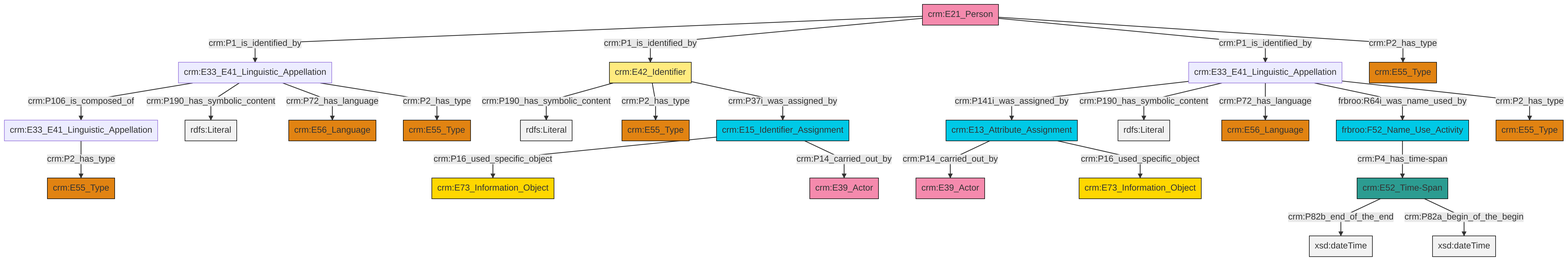
Earlier version of the Mermaid export et/personCSV/ttl/mmd/png/Person_Names_and_Classification.png (swiss-art-research-net/docs.swissartresearch). Its source is kept beside it as et/personCSV/ttl/mmd/Person_Names_and_Classification.ttl.mmd.
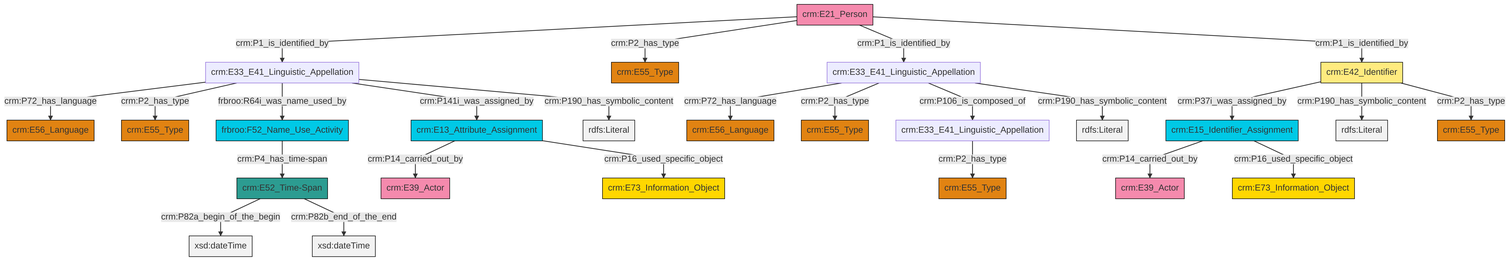
Above is the later version.

What changed in the source:
```diff
@@ -13,27 +13,27 @@
 classDef PC_Classes fill:#4ce600, stroke:#000000;
 classDef Multi fill:#cccccc,stroke:#000000;
 
-2["crm:E33_E41_Linguistic_Appellation"]:::Default -->|crm:P106_is_composed_of| 3["crm:E33_E41_Linguistic_Appellation"]:::Default
-4["crm:E33_E41_Linguistic_Appellation"]:::Default -->|crm:P141i_was_assigned_by| 5["crm:E13_Attribute_Assignment"]:::Temporal_Entity
-5["crm:E13_Attribute_Assignment"]:::Temporal_Entity -->|crm:P14_carried_out_by| 7["crm:E39_Actor"]:::Actor
-5["crm:E13_Attribute_Assignment"]:::Temporal_Entity -->|crm:P16_used_specific_object| 8["crm:E73_Information_Object"]:::Conceptual_Object
-15["crm:E52_Time-Span"]:::Time-Span -->|crm:P82b_end_of_the_end| 16[xsd:dateTime]:::Literal
-17["crm:E21_Person"]:::Actor -->|crm:P1_is_identified_by| 2["crm:E33_E41_Linguistic_Appellation"]:::Default
-2["crm:E33_E41_Linguistic_Appellation"]:::Default -->|crm:P190_has_symbolic_content| 18[rdfs:Literal]:::Literal
-19["crm:E42_Identifier"]:::Appellation -->|crm:P190_has_symbolic_content| 20[rdfs:Literal]:::Literal
-4["crm:E33_E41_Linguistic_Appellation"]:::Default -->|crm:P190_has_symbolic_content| 21[rdfs:Literal]:::Literal
-19["crm:E42_Identifier"]:::Appellation -->|crm:P2_has_type| 9["crm:E55_Type"]:::Type
-17["crm:E21_Person"]:::Actor -->|crm:P1_is_identified_by| 19["crm:E42_Identifier"]:::Appellation
-4["crm:E33_E41_Linguistic_Appellation"]:::Default -->|crm:P72_has_language| 27["crm:E56_Language"]:::Type
-2["crm:E33_E41_Linguistic_Appellation"]:::Default -->|crm:P72_has_language| 0["crm:E56_Language"]:::Type
-29["frbroo:F52_Name_Use_Activity"]:::Temporal_Entity -->|crm:P4_has_time-span| 15["crm:E52_Time-Span"]:::Time-Span
-17["crm:E21_Person"]:::Actor -->|crm:P1_is_identified_by| 4["crm:E33_E41_Linguistic_Appellation"]:::Default
-31["crm:E15_Identifier_Assignment"]:::Temporal_Entity -->|crm:P16_used_specific_object| 32["crm:E73_Information_Object"]:::Conceptual_Object
-17["crm:E21_Person"]:::Actor -->|crm:P2_has_type| 23["crm:E55_Type"]:::Type
-4["crm:E33_E41_Linguistic_Appellation"]:::Default -->|frbroo:R64i_was_name_used_by| 29["frbroo:F52_Name_Use_Activity"]:::Temporal_Entity
-15["crm:E52_Time-Span"]:::Time-Span -->|crm:P82a_begin_of_the_begin| 37[xsd:dateTime]:::Literal
-2["crm:E33_E41_Linguistic_Appellation"]:::Default -->|crm:P2_has_type| 11["crm:E55_Type"]:::Type
-31["crm:E15_Identifier_Assignment"]:::Temporal_Entity -->|crm:P14_carried_out_by| 38["crm:E39_Actor"]:::Actor
-4["crm:E33_E41_Linguistic_Appellation"]:::Default -->|crm:P2_has_type| 25["crm:E55_Type"]:::Type
-3["crm:E33_E41_Linguistic_Appellation"]:::Default -->|crm:P2_has_type| 13["crm:E55_Type"]:::Type
-19["crm:E42_Identifier"]:::Appellation -->|crm:P37i_was_assigned_by| 31["crm:E15_Identifier_Assignment"]:::Temporal_Entity
+2["crm:E15_Identifier_Assignment"]:::Temporal_Entity -->|crm:P14_carried_out_by| 3["crm:E39_Actor"]:::Actor
+4["crm:E42_Identifier"]:::Appellation -->|crm:P37i_was_assigned_by| 2["crm:E15_Identifier_Assignment"]:::Temporal_Entity
+5["crm:E52_Time-Span"]:::Time-Span -->|crm:P82a_begin_of_the_begin| 6[xsd:dateTime]:::Literal
+11["crm:E33_E41_Linguistic_Appellation"]:::Default -->|crm:P72_has_language| 12["crm:E56_Language"]:::Type
+16["crm:E13_Attribute_Assignment"]:::Temporal_Entity -->|crm:P14_carried_out_by| 7["crm:E39_Actor"]:::Actor
+11["crm:E33_E41_Linguistic_Appellation"]:::Default -->|crm:P2_has_type| 21["crm:E55_Type"]:::Type
+9["crm:E33_E41_Linguistic_Appellation"]:::Default -->|crm:P72_has_language| 27["crm:E56_Language"]:::Type
+11["crm:E33_E41_Linguistic_Appellation"]:::Default -->|frbroo:R64i_was_name_used_by| 32["frbroo:F52_Name_Use_Activity"]:::Temporal_Entity
+32["frbroo:F52_Name_Use_Activity"]:::Temporal_Entity -->|crm:P4_has_time-span| 5["crm:E52_Time-Span"]:::Time-Span
+23["crm:E21_Person"]:::Actor -->|crm:P1_is_identified_by| 11["crm:E33_E41_Linguistic_Appellation"]:::Default
+2["crm:E15_Identifier_Assignment"]:::Temporal_Entity -->|crm:P16_used_specific_object| 25["crm:E73_Information_Object"]:::Conceptual_Object
+9["crm:E33_E41_Linguistic_Appellation"]:::Default -->|crm:P2_has_type| 33["crm:E55_Type"]:::Type
+23["crm:E21_Person"]:::Actor -->|crm:P2_has_type| 17["crm:E55_Type"]:::Type
+30["crm:E33_E41_Linguistic_Appellation"]:::Default -->|crm:P2_has_type| 36["crm:E55_Type"]:::Type
+11["crm:E33_E41_Linguistic_Appellation"]:::Default -->|crm:P141i_was_assigned_by| 16["crm:E13_Attribute_Assignment"]:::Temporal_Entity
+16["crm:E13_Attribute_Assignment"]:::Temporal_Entity -->|crm:P16_used_specific_object| 0["crm:E73_Information_Object"]:::Conceptual_Object
+4["crm:E42_Identifier"]:::Appellation -->|crm:P190_has_symbolic_content| 40[rdfs:Literal]:::Literal
+4["crm:E42_Identifier"]:::Appellation -->|crm:P2_has_type| 19["crm:E55_Type"]:::Type
+9["crm:E33_E41_Linguistic_Appellation"]:::Default -->|crm:P106_is_composed_of| 30["crm:E33_E41_Linguistic_Appellation"]:::Default
+5["crm:E52_Time-Span"]:::Time-Span -->|crm:P82b_end_of_the_end| 43[xsd:dateTime]:::Literal
+9["crm:E33_E41_Linguistic_Appellation"]:::Default -->|crm:P190_has_symbolic_content| 44[rdfs:Literal]:::Literal
+11["crm:E33_E41_Linguistic_Appellation"]:::Default -->|crm:P190_has_symbolic_content| 45[rdfs:Literal]:::Literal
+23["crm:E21_Person"]:::Actor -->|crm:P1_is_identified_by| 9["crm:E33_E41_Linguistic_Appellation"]:::Default
+23["crm:E21_Person"]:::Actor -->|crm:P1_is_identified_by| 4["crm:E42_Identifier"]:::Appellation
```
